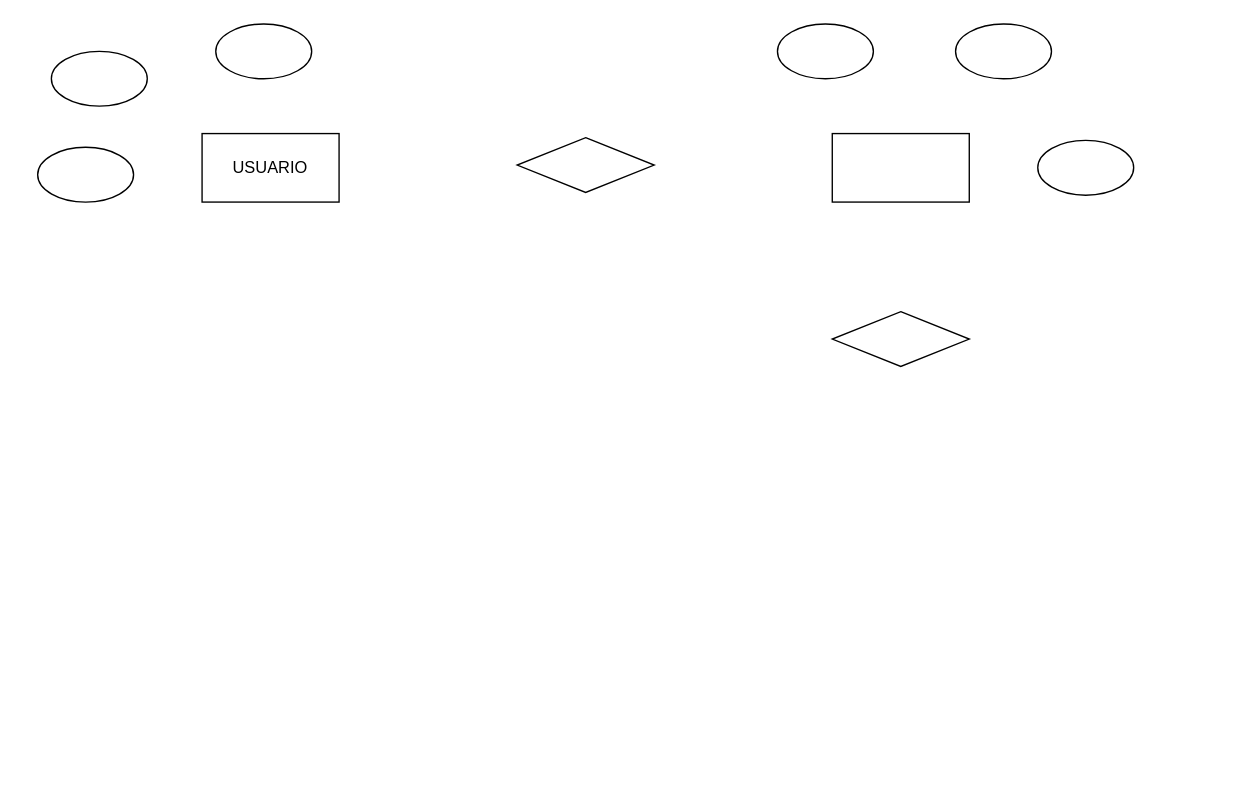
Earlier version of the draw.io diagram page "DER BD 2 TAREA" (2 of 2) of Diagrama sin título.drawio (shaquiboy/1). Source tidied: cells renumbered, new cells numbered last; positions are measured from the earlier drawing's top-left corner, leaving out a move shared by most shapes. Both pictures are drawn from the tidied source at 137%, with x=0, y=0 at pixel (37, 23).
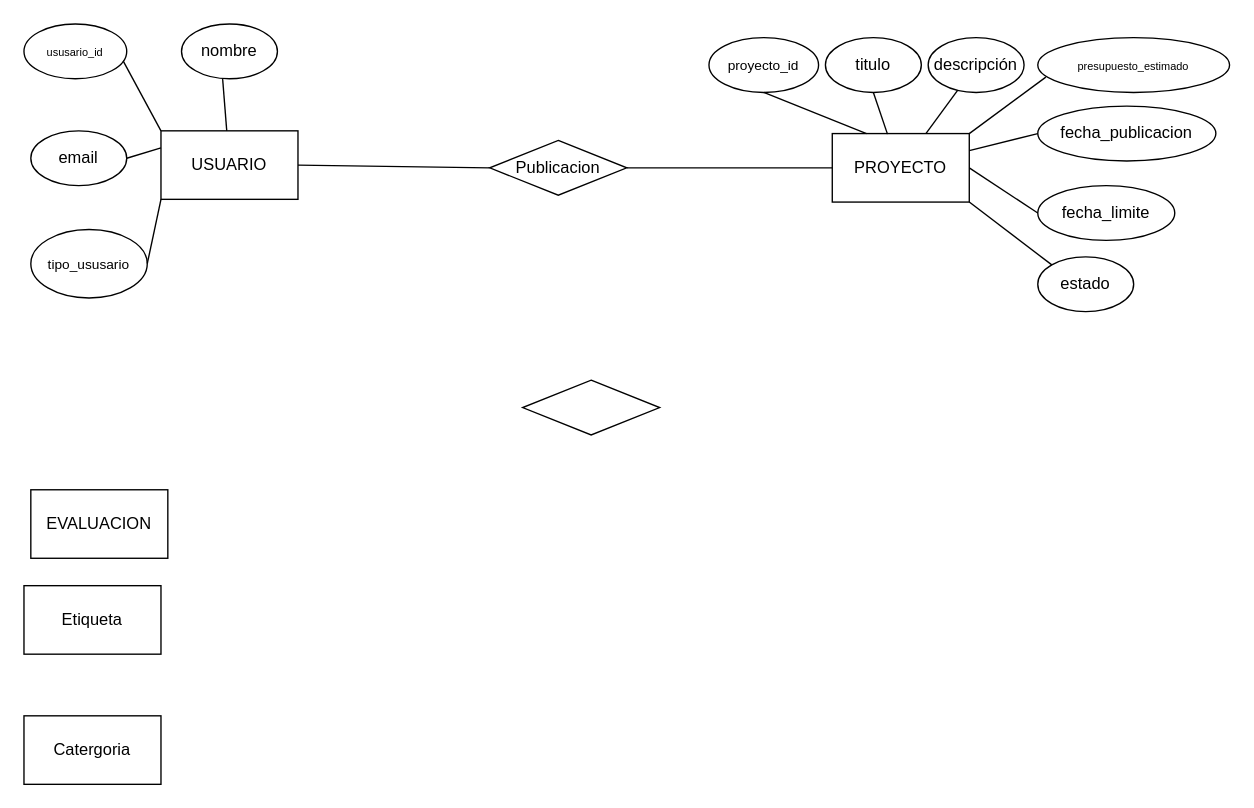
After the change.

Diff of the diagram source:
```diff
@@
     <mxCell id="2" value="USUARIO" style="rounded=0;whiteSpace=wrap;html=1;" parent="1" vertex="1">
-      <mxGeometry x="120" y="80" width="100" height="50" as="geometry" />
+      <mxGeometry x="90" y="78" width="100" height="50" as="geometry" />
     </mxCell>
-    <mxCell id="3" style="ellipse;whiteSpace=wrap;html=1;" parent="1" vertex="1">
-      <mxGeometry x="130" width="70" height="40" as="geometry" />
+    <mxCell id="3" value="&lt;font style=&quot;font-size: 8px;&quot;&gt;ususario_id&lt;/font&gt;" style="ellipse;whiteSpace=wrap;html=1;" parent="1" vertex="1">
+      <mxGeometry x="-10" width="75" height="40" as="geometry" />
     </mxCell>
-    <mxCell id="4" style="ellipse;whiteSpace=wrap;html=1;" parent="1" vertex="1">
-      <mxGeometry x="10" y="20" width="70" height="40" as="geometry" />
+    <mxCell id="4" value="email" style="ellipse;whiteSpace=wrap;html=1;" parent="1" vertex="1">
+      <mxGeometry x="-5" y="78" width="70" height="40" as="geometry" />
     </mxCell>
-    <mxCell id="5" style="ellipse;whiteSpace=wrap;html=1;" parent="1" vertex="1">
-      <mxGeometry y="90" width="70" height="40" as="geometry" />
+    <mxCell id="5" value="&lt;font style=&quot;font-size: 10px;&quot;&gt;tipo_ususario&lt;/font&gt;" style="ellipse;whiteSpace=wrap;html=1;" parent="1" vertex="1">
+      <mxGeometry x="-5" y="150" width="85" height="50" as="geometry" />
     </mxCell>
-    <mxCell id="6" style="rounded=0;whiteSpace=wrap;html=1;" parent="1" vertex="1">
+    <mxCell id="6" value="PROYECTO" style="rounded=0;whiteSpace=wrap;html=1;" parent="1" vertex="1">
       <mxGeometry x="580" y="80" width="100" height="50" as="geometry" />
     </mxCell>
-    <mxCell id="7" style="ellipse;whiteSpace=wrap;html=1;" parent="1" vertex="1">
-      <mxGeometry x="670" width="70" height="40" as="geometry" />
+    <mxCell id="7" value="titulo" style="ellipse;whiteSpace=wrap;html=1;" parent="1" vertex="1">
+      <mxGeometry x="575" y="10" width="70" height="40" as="geometry" />
     </mxCell>
-    <mxCell id="8" style="ellipse;whiteSpace=wrap;html=1;" parent="1" vertex="1">
-      <mxGeometry x="540" width="70" height="40" as="geometry" />
+    <mxCell id="8" value="&lt;font style=&quot;font-size: 10px;&quot; face=&quot;Helvetica&quot;&gt;proyecto_id&lt;/font&gt;" style="ellipse;whiteSpace=wrap;html=1;" parent="1" vertex="1">
+      <mxGeometry x="490" y="10" width="80" height="40" as="geometry" />
     </mxCell>
-    <mxCell id="9" style="ellipse;whiteSpace=wrap;html=1;" parent="1" vertex="1">
-      <mxGeometry x="730" y="85" width="70" height="40" as="geometry" />
+    <mxCell id="9" value="descripción" style="ellipse;whiteSpace=wrap;html=1;" parent="1" vertex="1">
+      <mxGeometry x="650" y="10" width="70" height="40" as="geometry" />
     </mxCell>
     <mxCell id="10" style="rhombus;whiteSpace=wrap;html=1;" parent="1" vertex="1">
-      <mxGeometry x="350" y="83" width="100" height="40" as="geometry" />
+      <mxGeometry x="354" y="260" width="100" height="40" as="geometry" />
     </mxCell>
-    <mxCell id="11" style="rhombus;whiteSpace=wrap;html=1;" parent="1" vertex="1">
-      <mxGeometry x="580" y="210" width="100" height="40" as="geometry" />
+    <mxCell id="11" value="Publicacion" style="rhombus;whiteSpace=wrap;html=1;" parent="1" vertex="1">
+      <mxGeometry x="330" y="85" width="100" height="40" as="geometry" />
     </mxCell>
+    <mxCell id="12" value="EVALUACION" style="rounded=0;whiteSpace=wrap;html=1;" parent="1" vertex="1">
+      <mxGeometry x="-5" y="340" width="100" height="50" as="geometry" />
+    </mxCell>
+    <mxCell id="13" value="Etiqueta" style="rounded=0;whiteSpace=wrap;html=1;" parent="1" vertex="1">
+      <mxGeometry x="-10" y="410" width="100" height="50" as="geometry" />
+    </mxCell>
+    <mxCell id="14" value="Catergoria" style="rounded=0;whiteSpace=wrap;html=1;" parent="1" vertex="1">
+      <mxGeometry x="-10" y="505" width="100" height="50" as="geometry" />
+    </mxCell>
+    <mxCell id="15" value="nombre" style="ellipse;whiteSpace=wrap;html=1;" parent="1" vertex="1">
+      <mxGeometry x="105" width="70" height="40" as="geometry" />
+    </mxCell>
+    <mxCell id="16" style="endArrow=none;html=1;rounded=0;" parent="1" edge="1" source="2">
+      <mxGeometry relative="1" as="geometry">
+        <mxPoint x="135" y="40" as="targetPoint" />
+      </mxGeometry>
+    </mxCell>
+    <mxCell id="17" style="endArrow=none;html=1;rounded=0;entryX=0;entryY=0.25;entryDx=0;entryDy=0;exitX=1;exitY=0.5;exitDx=0;exitDy=0;" parent="1" edge="1" source="4" target="2">
+      <mxGeometry relative="1" as="geometry" />
+    </mxCell>
+    <mxCell id="18" style="endArrow=none;html=1;rounded=0;entryX=0.965;entryY=0.673;entryDx=0;entryDy=0;entryPerimeter=0;exitX=0;exitY=0;exitDx=0;exitDy=0;" parent="1" edge="1" source="2" target="3">
+      <mxGeometry relative="1" as="geometry" />
+    </mxCell>
+    <mxCell id="19" style="endArrow=none;html=1;rounded=0;exitX=1;exitY=0.5;exitDx=0;exitDy=0;" parent="1" edge="1" source="5">
+      <mxGeometry relative="1" as="geometry">
+        <mxPoint x="90" y="128" as="targetPoint" />
+      </mxGeometry>
+    </mxCell>
+    <mxCell id="20" value="fecha_publicacion" style="ellipse;whiteSpace=wrap;html=1;" parent="1" vertex="1">
+      <mxGeometry x="730" y="60" width="130" height="40" as="geometry" />
+    </mxCell>
+    <mxCell id="21" value="&lt;p&gt;&lt;font style=&quot;font-size: 8px;&quot;&gt;presupuesto_estimado&lt;/font&gt;&lt;/p&gt;" style="ellipse;whiteSpace=wrap;html=1;" parent="1" vertex="1">
+      <mxGeometry x="730" y="10" width="140" height="40" as="geometry" />
+    </mxCell>
+    <mxCell id="22" value="fecha_limite" style="ellipse;whiteSpace=wrap;html=1;" parent="1" vertex="1">
+      <mxGeometry x="730" y="118" width="100" height="40" as="geometry" />
+    </mxCell>
+    <mxCell id="23" value="estado" style="ellipse;whiteSpace=wrap;html=1;" parent="1" vertex="1">
+      <mxGeometry x="730" y="170" width="70" height="40" as="geometry" />
+    </mxCell>
+    <mxCell id="24" style="endArrow=none;html=1;rounded=0;exitX=0.5;exitY=1;exitDx=0;exitDy=0;entryX=0.25;entryY=0;entryDx=0;entryDy=0;" parent="1" edge="1" source="8" target="6">
+      <mxGeometry relative="1" as="geometry" />
+    </mxCell>
+    <mxCell id="25" style="endArrow=none;html=1;rounded=0;exitX=0.403;exitY=0.008;exitDx=0;exitDy=0;exitPerimeter=0;entryX=0.5;entryY=1;entryDx=0;entryDy=0;" parent="1" edge="1" source="6" target="7">
+      <mxGeometry relative="1" as="geometry" />
+    </mxCell>
+    <mxCell id="26" style="endArrow=none;html=1;rounded=0;" parent="1" edge="1" source="6" target="9">
+      <mxGeometry relative="1" as="geometry" />
+    </mxCell>
+    <mxCell id="27" style="endArrow=none;html=1;rounded=0;exitX=1;exitY=1;exitDx=0;exitDy=0;entryX=0;entryY=0;entryDx=0;entryDy=0;" parent="1" edge="1" source="6" target="23">
+      <mxGeometry relative="1" as="geometry" />
+    </mxCell>
+    <mxCell id="28" style="endArrow=none;html=1;rounded=0;exitX=1;exitY=0.5;exitDx=0;exitDy=0;entryX=0;entryY=0.5;entryDx=0;entryDy=0;" parent="1" edge="1" source="6" target="22">
+      <mxGeometry relative="1" as="geometry" />
+    </mxCell>
+    <mxCell id="29" style="endArrow=none;html=1;rounded=0;entryX=0;entryY=0.5;entryDx=0;entryDy=0;exitX=1;exitY=0.25;exitDx=0;exitDy=0;" parent="1" edge="1" source="6" target="20">
+      <mxGeometry relative="1" as="geometry" />
+    </mxCell>
+    <mxCell id="30" style="endArrow=none;html=1;rounded=0;entryX=0.042;entryY=0.72;entryDx=0;entryDy=0;entryPerimeter=0;exitX=1;exitY=0;exitDx=0;exitDy=0;" parent="1" edge="1" source="6" target="21">
+      <mxGeometry relative="1" as="geometry" />
+    </mxCell>
+    <mxCell id="31" style="endArrow=none;html=1;rounded=0;exitX=1;exitY=0.5;exitDx=0;exitDy=0;entryX=0;entryY=0.5;entryDx=0;entryDy=0;" parent="1" edge="1" source="2" target="11">
+      <mxGeometry relative="1" as="geometry" />
+    </mxCell>
+    <mxCell id="32" style="endArrow=none;html=1;rounded=0;exitX=1;exitY=0.5;exitDx=0;exitDy=0;entryX=0;entryY=0.5;entryDx=0;entryDy=0;" parent="1" edge="1" source="11" target="6">
+      <mxGeometry relative="1" as="geometry" />
+    </mxCell>
```
